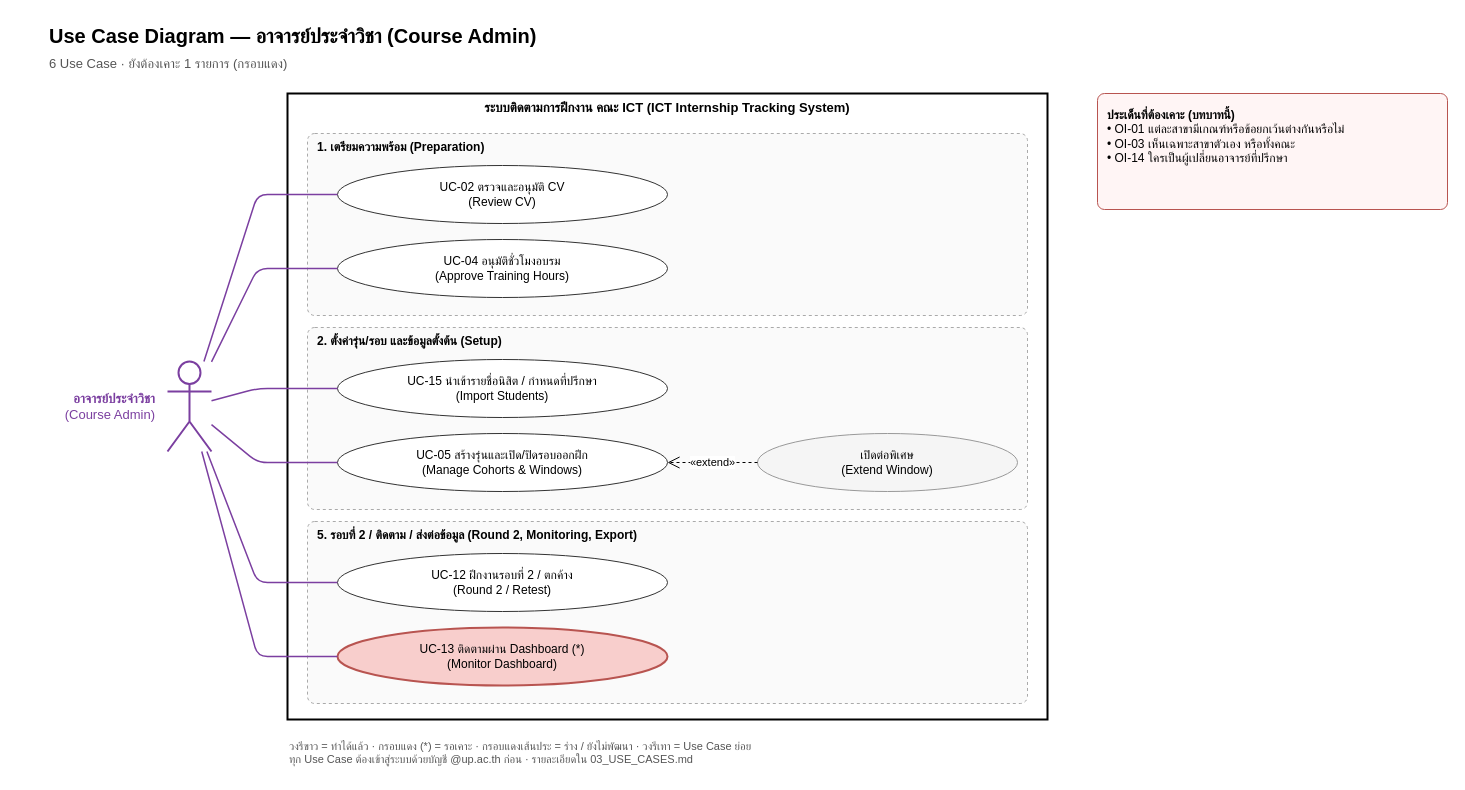
Before: docs/requirements/diagrams/use_case_role_course_admin.drawio in Whyer2005/ICT_Internship_tracking_system, a draw.io diagram. Source tidied: cells renumbered, new cells numbered last; positions are measured from the earlier drawing's top-left corner, leaving out a move shared by most shapes. Both pictures are drawn from the tidied source at 100%, with x=0, y=0 at pixel (17, 17).
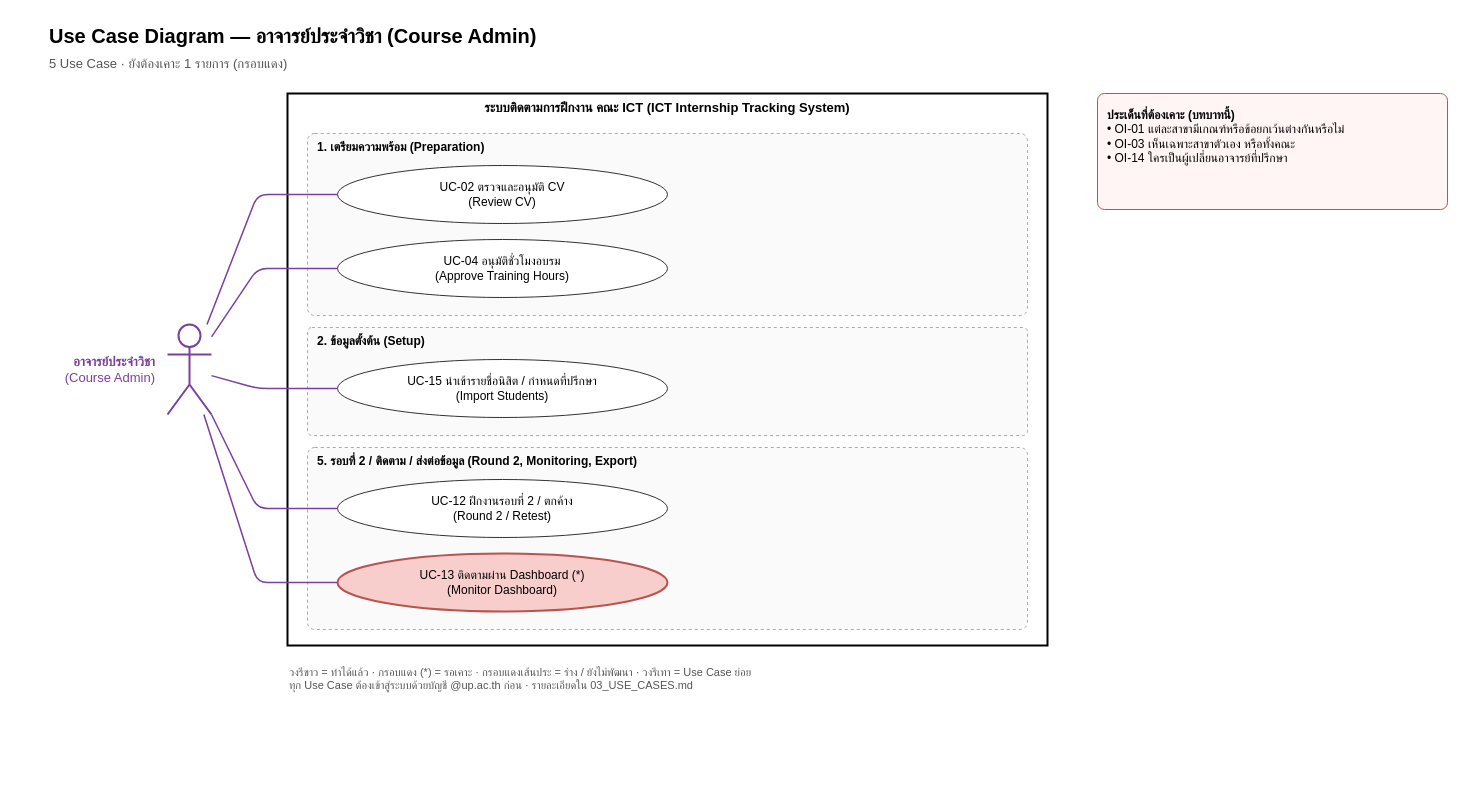
The same diagram, later.

Commit message (it also covers changes not shown here):
แก้bugอาจารย์รายวิชา ตั่งนิสิตถอนรายวิชาไม่ได้ & update use caseและRole diagram

Unchanged cells that the change refers to:
```xml
<mxCell id="6" value="UC-02 ตรวจและอนุมัติ CV&lt;br&gt;(Review CV)" style="ellipse;whiteSpace=wrap;html=1;fontSize=12;fillColor=#ffffff;strokeColor=#333333;" parent="1" vertex="1">
  <mxGeometry x="320" y="148" width="330" height="58" as="geometry" />
</mxCell>
<mxCell id="7" value="UC-04 อนุมัติชั่วโมงอบรม&lt;br&gt;(Approve Training Hours)" style="ellipse;whiteSpace=wrap;html=1;fontSize=12;fillColor=#ffffff;strokeColor=#333333;" parent="1" vertex="1">
  <mxGeometry x="320" y="222" width="330" height="58" as="geometry" />
</mxCell>
<mxCell id="9" value="UC-15 นำเข้ารายชื่อนิสิต / กำหนดที่ปรึกษา&lt;br&gt;(Import Students)" style="ellipse;whiteSpace=wrap;html=1;fontSize=12;fillColor=#ffffff;strokeColor=#333333;" parent="1" vertex="1">
  <mxGeometry x="320" y="342" width="330" height="58" as="geometry" />
</mxCell>
```

Change to the diagram source:
```diff
@@
     <mxCell id="2" value="ระบบติดตามการฝึกงาน คณะ ICT (ICT Internship Tracking System)" style="rounded=0;whiteSpace=wrap;html=1;verticalAlign=top;fontStyle=1;fontSize=13;fillColor=none;strokeWidth=2;" parent="1" vertex="1">
-      <mxGeometry x="270" y="76" width="760" height="626" as="geometry" />
+      <mxGeometry x="270" y="76" width="760" height="552" as="geometry" />
     </mxCell>
@@
-    <mxCell id="4" value="6 Use Case · ยังต้องเคาะ 1 รายการ (กรอบแดง)" style="text;html=1;fontSize=13;align=left;fontColor=#555555;" parent="1" vertex="1">
+    <mxCell id="4" value="5 Use Case · ยังต้องเคาะ 1 รายการ (กรอบแดง)" style="text;html=1;fontSize=13;align=left;fontColor=#555555;" parent="1" vertex="1">
       <mxGeometry x="30" y="32" width="900" height="22" as="geometry" />
     </mxCell>
@@
-    <mxCell id="8" value="2. ตั้งค่ารุ่น/รอบ และข้อมูลตั้งต้น (Setup)" style="rounded=1;arcSize=4;dashed=1;fillColor=#fafafa;strokeColor=#aaaaaa;verticalAlign=top;align=left;spacingLeft=8;fontStyle=1;fontSize=12;html=1;whiteSpace=wrap;" parent="1" vertex="1">
-      <mxGeometry x="290" y="310" width="720" height="182" as="geometry" />
+    <mxCell id="8" value="2. ข้อมูลตั้งต้น (Setup)" style="rounded=1;arcSize=4;dashed=1;fillColor=#fafafa;strokeColor=#aaaaaa;verticalAlign=top;align=left;spacingLeft=8;fontStyle=1;fontSize=12;html=1;whiteSpace=wrap;" parent="1" vertex="1">
+      <mxGeometry x="290" y="310" width="720" height="108" as="geometry" />
     </mxCell>
@@
-    <mxCell id="10" value="UC-05 สร้างรุ่นและเปิด/ปิดรอบออกฝึก&lt;br&gt;(Manage Cohorts &amp;amp; Windows)" style="ellipse;whiteSpace=wrap;html=1;fontSize=12;fillColor=#ffffff;strokeColor=#333333;" parent="1" vertex="1">
-      <mxGeometry x="320" y="416" width="330" height="58" as="geometry" />
+    <mxCell id="10" value="5. รอบที่ 2 / ติดตาม / ส่งต่อข้อมูล (Round 2, Monitoring, Export)" style="rounded=1;arcSize=4;dashed=1;fillColor=#fafafa;strokeColor=#aaaaaa;verticalAlign=top;align=left;spacingLeft=8;fontStyle=1;fontSize=12;html=1;whiteSpace=wrap;" parent="1" vertex="1">
+      <mxGeometry x="290" y="430" width="720" height="182" as="geometry" />
     </mxCell>
-    <mxCell id="11" value="เปิดต่อพิเศษ&lt;br&gt;(Extend Window)" style="ellipse;whiteSpace=wrap;html=1;fontSize=12;fillColor=#f5f5f5;strokeColor=#999999;" parent="1" vertex="1">
-      <mxGeometry x="740" y="416" width="260" height="58" as="geometry" />
+    <mxCell id="11" value="UC-12 ฝึกงานรอบที่ 2 / ตกค้าง&lt;br&gt;(Round 2 / Retest)" style="ellipse;whiteSpace=wrap;html=1;fontSize=12;fillColor=#ffffff;strokeColor=#333333;" parent="1" vertex="1">
+      <mxGeometry x="320" y="462" width="330" height="58" as="geometry" />
     </mxCell>
-    <mxCell id="12" value="«extend»" style="endArrow=open;dashed=1;html=1;endSize=10;fontSize=11;labelBackgroundColor=#ffffff;" parent="1" edge="1" source="11" target="10">
-      <mxGeometry relative="1" as="geometry" />
+    <mxCell id="12" value="UC-13 ติดตามผ่าน Dashboard (*)&lt;br&gt;(Monitor Dashboard)" style="ellipse;whiteSpace=wrap;html=1;fontSize=12;fillColor=#f8cecc;strokeColor=#b85450;strokeWidth=2;" parent="1" vertex="1">
+      <mxGeometry x="320" y="536" width="330" height="58" as="geometry" />
     </mxCell>
-    <mxCell id="13" value="5. รอบที่ 2 / ติดตาม / ส่งต่อข้อมูล (Round 2, Monitoring, Export)" style="rounded=1;arcSize=4;dashed=1;fillColor=#fafafa;strokeColor=#aaaaaa;verticalAlign=top;align=left;spacingLeft=8;fontStyle=1;fontSize=12;html=1;whiteSpace=wrap;" parent="1" vertex="1">
-      <mxGeometry x="290" y="504" width="720" height="182" as="geometry" />
+    <mxCell id="13" style="shape=umlActor;verticalLabelPosition=bottom;verticalAlign=top;html=1;outlineConnect=0;strokeColor=#7b3fa0;strokeWidth=2;" parent="1" vertex="1">
+      <mxGeometry x="150" y="307" width="44" height="90" as="geometry" />
     </mxCell>
-    <mxCell id="14" value="UC-12 ฝึกงานรอบที่ 2 / ตกค้าง&lt;br&gt;(Round 2 / Retest)" style="ellipse;whiteSpace=wrap;html=1;fontSize=12;fillColor=#ffffff;strokeColor=#333333;" parent="1" vertex="1">
-      <mxGeometry x="320" y="536" width="330" height="58" as="geometry" />
+    <mxCell id="14" value="&lt;b&gt;อาจารย์ประจำวิชา&lt;/b&gt;&lt;br&gt;(Course Admin)" style="text;html=1;align=right;verticalAlign=middle;whiteSpace=wrap;fontSize=13;fontColor=#7b3fa0;" parent="1" vertex="1">
+      <mxGeometry y="322" width="140" height="60" as="geometry" />
     </mxCell>
-    <mxCell id="15" value="UC-13 ติดตามผ่าน Dashboard (*)&lt;br&gt;(Monitor Dashboard)" style="ellipse;whiteSpace=wrap;html=1;fontSize=12;fillColor=#f8cecc;strokeColor=#b85450;strokeWidth=2;" parent="1" vertex="1">
-      <mxGeometry x="320" y="610" width="330" height="58" as="geometry" />
+    <mxCell id="15" style="endArrow=none;html=1;strokeColor=#7b3fa0;strokeWidth=1.5;" parent="1" edge="1" source="13" target="6">
+      <mxGeometry relative="1" as="geometry">
+        <Array as="points">
+          <mxPoint x="240" y="177" />
+        </Array>
+      </mxGeometry>
     </mxCell>
-    <mxCell id="16" style="shape=umlActor;verticalLabelPosition=bottom;verticalAlign=top;html=1;outlineConnect=0;strokeColor=#7b3fa0;strokeWidth=2;" parent="1" vertex="1">
-      <mxGeometry x="150" y="344" width="44" height="90" as="geometry" />
+    <mxCell id="16" style="endArrow=none;html=1;strokeColor=#7b3fa0;strokeWidth=1.5;" parent="1" edge="1" source="13" target="7">
+      <mxGeometry relative="1" as="geometry">
+        <Array as="points">
+          <mxPoint x="240" y="251" />
+        </Array>
+      </mxGeometry>
     </mxCell>
-    <mxCell id="17" value="&lt;b&gt;อาจารย์ประจำวิชา&lt;/b&gt;&lt;br&gt;(Course Admin)" style="text;html=1;align=right;verticalAlign=middle;whiteSpace=wrap;fontSize=13;fontColor=#7b3fa0;" parent="1" vertex="1">
-      <mxGeometry y="359" width="140" height="60" as="geometry" />
+    <mxCell id="17" style="endArrow=none;html=1;strokeColor=#7b3fa0;strokeWidth=1.5;" parent="1" edge="1" source="13" target="9">
+      <mxGeometry relative="1" as="geometry">
+        <Array as="points">
+          <mxPoint x="240" y="371" />
+        </Array>
+      </mxGeometry>
     </mxCell>
-    <mxCell id="18" style="endArrow=none;html=1;strokeColor=#7b3fa0;strokeWidth=1.5;" parent="1" edge="1" source="16" target="6">
+    <mxCell id="18" style="endArrow=none;html=1;strokeColor=#7b3fa0;strokeWidth=1.5;" parent="1" edge="1" source="13" target="11">
       <mxGeometry relative="1" as="geometry">
         <Array as="points">
-          <mxPoint x="240" y="177" />
+          <mxPoint x="240" y="491" />
         </Array>
       </mxGeometry>
     </mxCell>
-    <mxCell id="19" style="endArrow=none;html=1;strokeColor=#7b3fa0;strokeWidth=1.5;" parent="1" edge="1" source="16" target="7">
+    <mxCell id="19" style="endArrow=none;html=1;strokeColor=#7b3fa0;strokeWidth=1.5;" parent="1" edge="1" source="13" target="12">
       <mxGeometry relative="1" as="geometry">
         <Array as="points">
-          <mxPoint x="240" y="251" />
+          <mxPoint x="240" y="565" />
         </Array>
       </mxGeometry>
     </mxCell>
-    <mxCell id="20" style="endArrow=none;html=1;strokeColor=#7b3fa0;strokeWidth=1.5;" parent="1" edge="1" source="16" target="9">
-      <mxGeometry relative="1" as="geometry">
-        <Array as="points">
-          <mxPoint x="240" y="371" />
-        </Array>
-      </mxGeometry>
+    <mxCell id="20" value="&lt;b&gt;ประเด็นที่ต้องเคาะ (บทบาทนี้)&lt;/b&gt;&lt;br&gt;• OI-01 แต่ละสาขามีเกณฑ์หรือข้อยกเว้นต่างกันหรือไม่&lt;br&gt;• OI-03 เห็นเฉพาะสาขาตัวเอง หรือทั้งคณะ&lt;br&gt;• OI-14 ใครเป็นผู้เปลี่ยนอาจารย์ที่ปรึกษา" style="rounded=1;arcSize=6;whiteSpace=wrap;html=1;align=left;verticalAlign=top;spacing=10;fontSize=12;fillColor=#fff5f5;strokeColor=#b85450;" parent="1" vertex="1">
+      <mxGeometry x="1080" y="76" width="350" height="116" as="geometry" />
     </mxCell>
-    <mxCell id="21" style="endArrow=none;html=1;strokeColor=#7b3fa0;strokeWidth=1.5;" parent="1" edge="1" source="16" target="10">
-      <mxGeometry relative="1" as="geometry">
-        <Array as="points">
-          <mxPoint x="240" y="445" />
-        </Array>
-      </mxGeometry>
+    <mxCell id="21" value="วงรีขาว = ทำได้แล้ว · กรอบแดง (*) = รอเคาะ · กรอบแดงเส้นประ = ร่าง / ยังไม่พัฒนา · วงรีเทา = Use Case ย่อย&lt;br&gt;ทุก Use Case ต้องเข้าสู่ระบบด้วยบัญชี @up.ac.th ก่อน · รายละเอียดใน 03_USE_CASES.md" style="text;html=1;align=left;verticalAlign=top;whiteSpace=wrap;fontSize=11;fontColor=#555555;" parent="1" vertex="1">
+      <mxGeometry x="270" y="642" width="1110" height="40" as="geometry" />
     </mxCell>
-    <mxCell id="22" style="endArrow=none;html=1;strokeColor=#7b3fa0;strokeWidth=1.5;" parent="1" edge="1" source="16" target="14">
-      <mxGeometry relative="1" as="geometry">
-        <Array as="points">
-          <mxPoint x="240" y="565" />
-        </Array>
-      </mxGeometry>
-    </mxCell>
-    <mxCell id="23" style="endArrow=none;html=1;strokeColor=#7b3fa0;strokeWidth=1.5;" parent="1" edge="1" source="16" target="15">
-      <mxGeometry relative="1" as="geometry">
-        <Array as="points">
-          <mxPoint x="240" y="639" />
-        </Array>
-      </mxGeometry>
-    </mxCell>
-    <mxCell id="24" value="&lt;b&gt;ประเด็นที่ต้องเคาะ (บทบาทนี้)&lt;/b&gt;&lt;br&gt;• OI-01 แต่ละสาขามีเกณฑ์หรือข้อยกเว้นต่างกันหรือไม่&lt;br&gt;• OI-03 เห็นเฉพาะสาขาตัวเอง หรือทั้งคณะ&lt;br&gt;• OI-14 ใครเป็นผู้เปลี่ยนอาจารย์ที่ปรึกษา" style="rounded=1;arcSize=6;whiteSpace=wrap;html=1;align=left;verticalAlign=top;spacing=10;fontSize=12;fillColor=#fff5f5;strokeColor=#b85450;" parent="1" vertex="1">
-      <mxGeometry x="1080" y="76" width="350" height="116" as="geometry" />
-    </mxCell>
-    <mxCell id="25" value="วงรีขาว = ทำได้แล้ว · กรอบแดง (*) = รอเคาะ · กรอบแดงเส้นประ = ร่าง / ยังไม่พัฒนา · วงรีเทา = Use Case ย่อย&lt;br&gt;ทุก Use Case ต้องเข้าสู่ระบบด้วยบัญชี @up.ac.th ก่อน · รายละเอียดใน 03_USE_CASES.md" style="text;html=1;align=left;verticalAlign=top;whiteSpace=wrap;fontSize=11;fontColor=#555555;" parent="1" vertex="1">
-      <mxGeometry x="270" y="716" width="1110" height="40" as="geometry" />
-    </mxCell>
```
